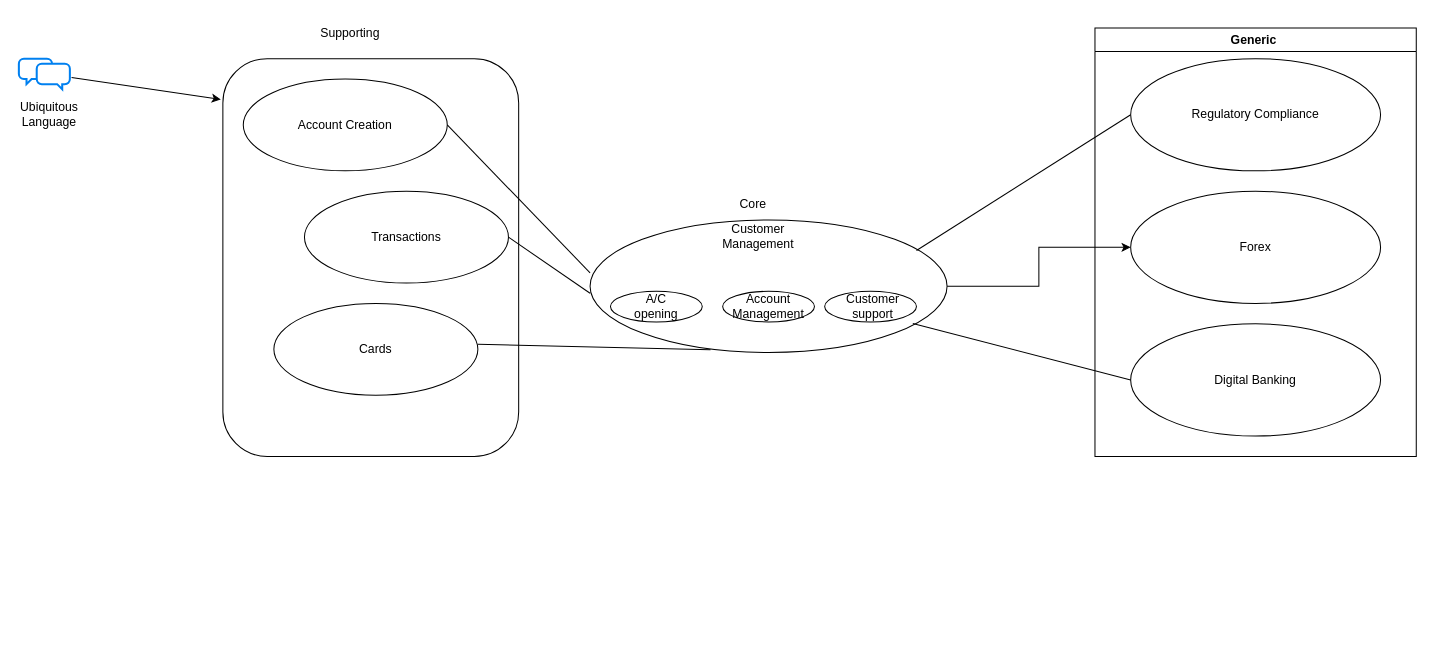
Above: DDD Solution space.drawio in Mangesh1206/ArchitectureDiagram (draw.io), before the change. Source tidied: cells renumbered, new cells numbered last; positions are measured from the earlier drawing's top-left corner, leaving out a move shared by most shapes. Both pictures are drawn from the tidied source at 102%, with x=0, y=0 at pixel (18, 17).
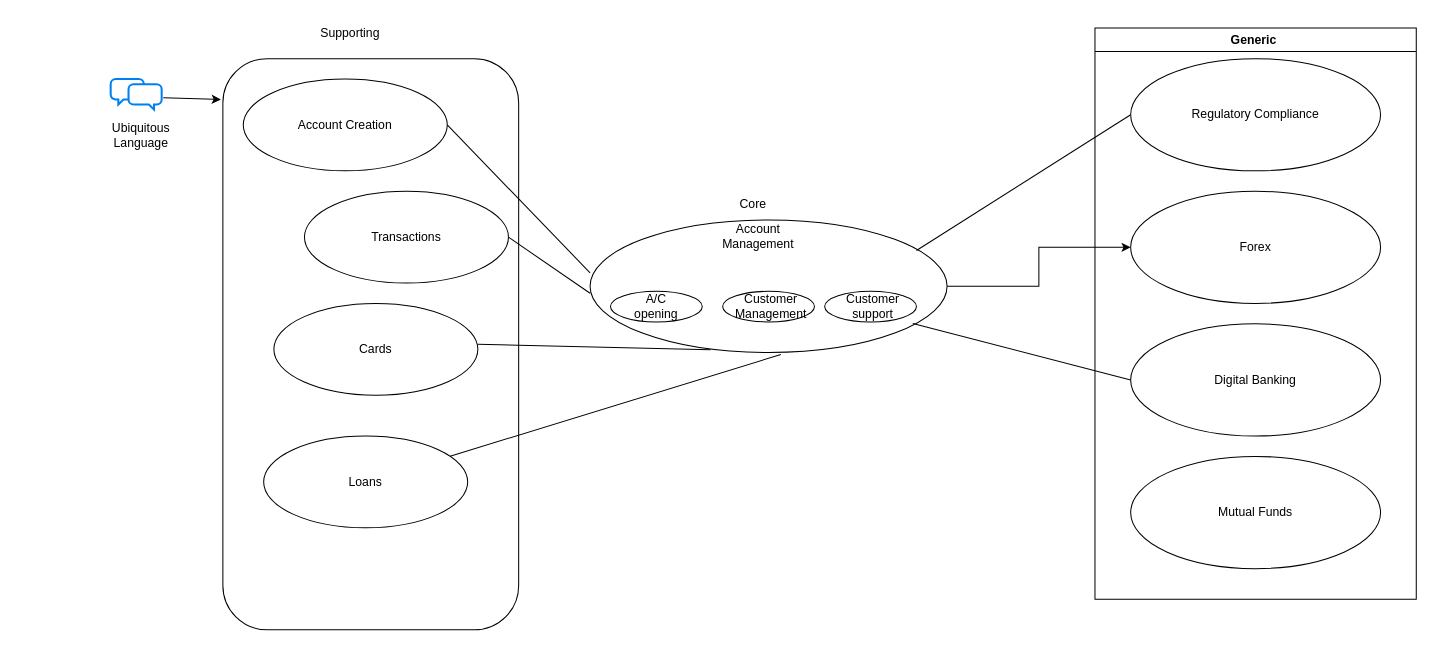
After the change.

The change refers to these unchanged cells:
```xml
<mxCell id="7" style="group;" parent="1" vertex="1">
  <mxGeometry x="550" y="190" width="350" height="138.1" as="geometry" />
</mxCell>
<mxCell id="8" style="group;" parent="7" vertex="1">
  <mxGeometry y="8.1" width="350" height="130" as="geometry" />
</mxCell>
```

What changed in the source:
```diff
@@
     <mxCell id="4" style="rounded=1;whiteSpace=wrap;html=1;" parent="1" vertex="1">
-      <mxGeometry x="200" y="40" width="290" height="390" as="geometry" />
+      <mxGeometry x="200" y="40" width="290" height="560" as="geometry" />
     </mxCell>
     <mxCell id="5" value="Ubiquitous Language" style="text;html=1;align=center;verticalAlign=middle;whiteSpace=wrap;rounded=0;" parent="1" vertex="1">
-      <mxGeometry y="80" width="60" height="30" as="geometry" />
+      <mxGeometry x="90" y="100" width="60" height="30" as="geometry" />
     </mxCell>
     <mxCell id="6" style="html=1;verticalLabelPosition=bottom;align=center;labelBackgroundColor=#ffffff;verticalAlign=top;strokeWidth=2;strokeColor=#0080F0;shadow=0;dashed=0;shape=mxgraph.ios7.icons.chat;" parent="1" vertex="1">
-      <mxGeometry y="40" width="50" height="30" as="geometry" />
+      <mxGeometry x="90" y="60" width="50" height="30" as="geometry" />
     </mxCell>
@@
-    <mxCell id="9" value="Customer Management" style="text;html=1;align=center;verticalAlign=middle;whiteSpace=wrap;rounded=0;" parent="8" vertex="1">
+    <mxCell id="9" value="Account Management" style="text;html=1;align=center;verticalAlign=middle;whiteSpace=wrap;rounded=0;" parent="8" vertex="1">
       <mxGeometry x="120" y="1.9" width="110" height="28.1" as="geometry" />
     </mxCell>
@@
-    <mxCell id="14" value="Account Management" style="text;html=1;align=center;verticalAlign=middle;whiteSpace=wrap;rounded=0;" parent="8" vertex="1">
-      <mxGeometry x="155" y="70" width="60" height="30" as="geometry" />
+    <mxCell id="14" value="Customer Management" style="text;html=1;align=center;verticalAlign=middle;whiteSpace=wrap;rounded=0;" parent="8" vertex="1">
+      <mxGeometry x="155" y="70" width="65" height="30" as="geometry" />
     </mxCell>
@@
     <mxCell id="28" value="Generic&amp;nbsp;" style="swimlane;whiteSpace=wrap;html=1;" parent="1" vertex="1">
-      <mxGeometry x="1055" y="10" width="315" height="420" as="geometry" />
+      <mxGeometry x="1055" y="10" width="315" height="560" as="geometry" />
     </mxCell>
@@
+    <mxCell id="33" value="Mutual Funds" style="ellipse;whiteSpace=wrap;html=1;" parent="28" vertex="1">
+      <mxGeometry x="35" y="420" width="245" height="110" as="geometry" />
+    </mxCell>
@@
+    <mxCell id="34" value="Loans" style="ellipse;whiteSpace=wrap;html=1;" parent="1" vertex="1">
+      <mxGeometry x="240" y="410" width="200" height="90" as="geometry" />
+    </mxCell>
+    <mxCell id="35" style="endArrow=none;html=1;rounded=0;entryX=0.563;entryY=1.014;entryDx=0;entryDy=0;entryPerimeter=0;" parent="1" edge="1" source="34" target="7">
+      <mxGeometry relative="1" as="geometry" />
+    </mxCell>
```
